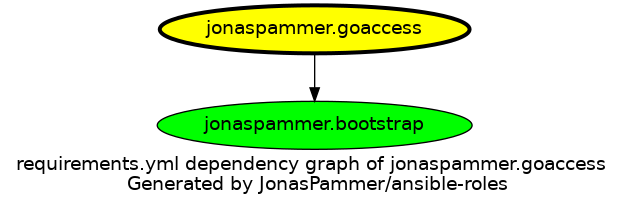
JonasPammer/ansible-roles keeps this Graphviz diagram as graphs/dependencies_goaccess.png. Above is the earlier version. Its source is kept beside it as graphs/dependencies_goaccess.dot.
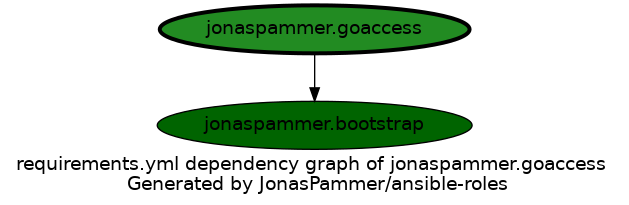
After the commit.

Change to the diagram source:
```diff
@@ -3,8 +3,8 @@
   overlap=false
 
   {
-    "jonaspammer.goaccess" [fillcolor=yellow style=filled penwidth=3]
-    "jonaspammer.bootstrap" [fillcolor=green style=filled ]
+    "jonaspammer.goaccess" [fillcolor=forestgreen style=filled penwidth=3]
+    "jonaspammer.bootstrap" [fillcolor=darkgreen style=filled ]
   }
 
 
```
